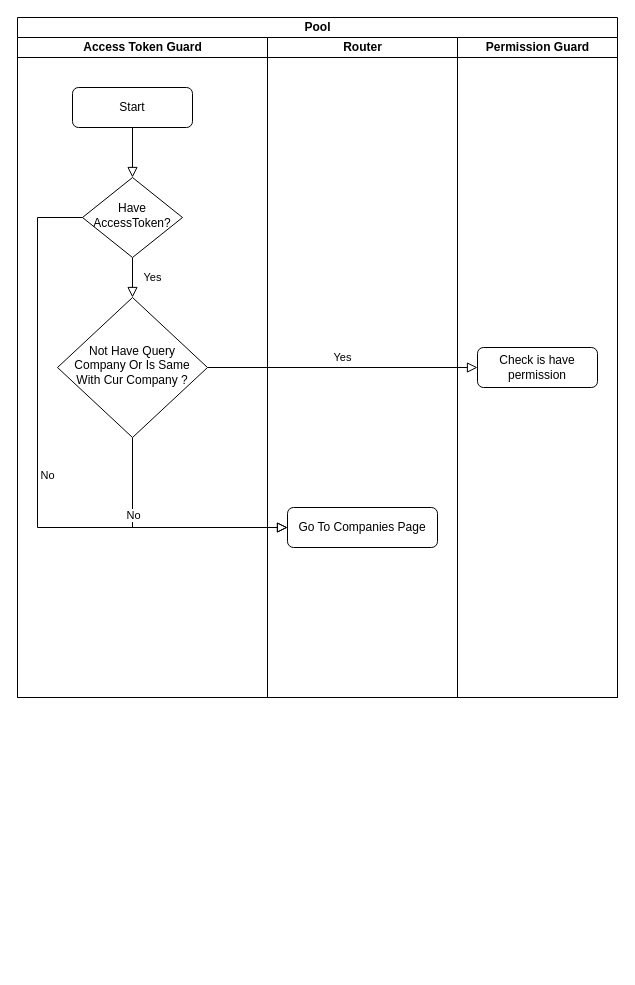
SmileSB1O1/draw-active keeps this draw.io diagram as Portal-Auto-Redirect-Flow.drawio. Above is the earlier version. Source tidied: cells renumbered, new cells numbered last; positions are measured from the earlier drawing's top-left corner, leaving out a move shared by most shapes. Both pictures are drawn from the tidied source at 100%, with x=0, y=0 at pixel (17, 17).
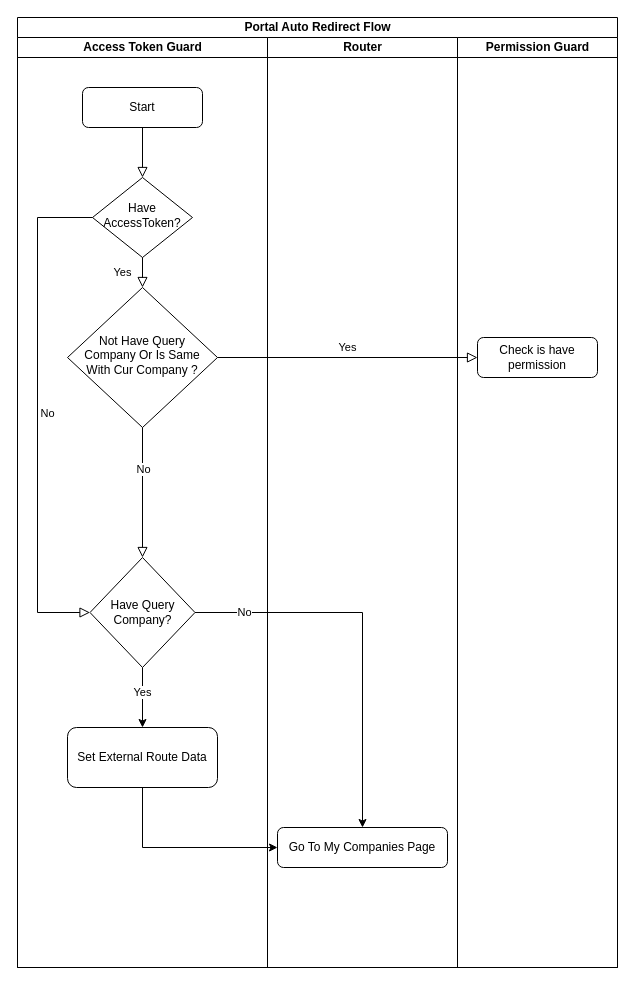
Above is the later version.

Diff of the diagram source:
```diff
@@
-    <mxCell id="2" value="Yes" style="rounded=0;html=1;jettySize=auto;fontSize=11;endArrow=block;endFill=0;endSize=8;strokeWidth=1;shadow=0;labelBackgroundColor=none;edgeStyle=orthogonalEdgeStyle;" parent="1" edge="1" source="9" target="6">
-      <mxGeometry y="20" relative="1" as="geometry" />
-    </mxCell>
-    <mxCell id="3" style="rounded=0;html=1;jettySize=auto;fontSize=11;endArrow=block;endFill=0;endSize=8;strokeWidth=1;shadow=0;labelBackgroundColor=none;edgeStyle=orthogonalEdgeStyle;entryX=0;entryY=0.5;entryDx=0;entryDy=0;exitX=0.5;exitY=1;exitDx=0;exitDy=0;" parent="1" edge="1" source="6" target="13">
-      <mxGeometry x="0.33" y="20" relative="1" as="geometry" />
-    </mxCell>
-    <mxCell id="4" value="No" style="edgeLabel;html=1;align=center;verticalAlign=middle;" parent="3" vertex="1">
-      <mxGeometry x="-0.38" relative="1" as="geometry">
-        <mxPoint y="1" as="offset" />
-      </mxGeometry>
-    </mxCell>
-    <mxCell id="5" value="Yes" style="edgeStyle=orthogonalEdgeStyle;rounded=0;html=1;jettySize=auto;fontSize=11;endArrow=block;endFill=0;endSize=8;strokeWidth=1;shadow=0;labelBackgroundColor=none;" parent="1" edge="1" source="6" target="15">
-      <mxGeometry y="10" relative="1" as="geometry" />
-    </mxCell>
-    <mxCell id="6" value="Not Have Query Company Or Is Same With Cur Company ?" style="rhombus;whiteSpace=wrap;html=1;shadow=0;fontFamily=Helvetica;fontSize=12;align=center;strokeWidth=1;spacing=6;spacingTop=-4;" parent="1" vertex="1">
-      <mxGeometry x="40" y="280" width="150" height="140" as="geometry" />
-    </mxCell>
-    <mxCell id="7" value="Pool" style="swimlane;startSize=20;html=1;" parent="1" vertex="1">
-      <mxGeometry width="600" height="680" as="geometry" />
+    <mxCell id="7" value="Portal Auto Redirect Flow" style="swimlane;startSize=20;html=1;" parent="1" vertex="1">
+      <mxGeometry width="600" height="950" as="geometry" />
     </mxCell>
     <mxCell id="8" value="Access Token Guard" style="swimlane;startSize=20;html=1;" parent="7" vertex="1">
-      <mxGeometry y="20" width="250" height="660" as="geometry" />
+      <mxGeometry y="20" width="250" height="930" as="geometry" />
     </mxCell>
     <mxCell id="9" value="Have AccessToken?" style="rhombus;whiteSpace=wrap;html=1;shadow=0;fontFamily=Helvetica;fontSize=12;align=center;strokeWidth=1;spacing=6;spacingTop=-4;" parent="8" vertex="1">
-      <mxGeometry x="65" y="140" width="100" height="80" as="geometry" />
+      <mxGeometry x="75" y="140" width="100" height="80" as="geometry" />
     </mxCell>
     <mxCell id="10" value="Start" style="rounded=1;whiteSpace=wrap;html=1;fontSize=12;glass=0;strokeWidth=1;shadow=0;" parent="8" vertex="1">
-      <mxGeometry x="55" y="50" width="120" height="40" as="geometry" />
+      <mxGeometry x="65" y="50" width="120" height="40" as="geometry" />
     </mxCell>
@@
+    <mxCell id="17" style="edgeStyle=orthogonalEdgeStyle;rounded=0;jettySize=auto;html=1;exitX=0.5;exitY=1;exitDx=0;exitDy=0;entryX=0.5;entryY=0;entryDx=0;entryDy=0;" parent="8" edge="1" source="19" target="20">
+      <mxGeometry relative="1" as="geometry" />
+    </mxCell>
+    <mxCell id="18" value="Yes" style="edgeLabel;html=1;align=center;verticalAlign=middle;" parent="17" vertex="1">
+      <mxGeometry x="-0.22" y="-1" relative="1" as="geometry">
+        <mxPoint y="1" as="offset" />
+      </mxGeometry>
+    </mxCell>
+    <mxCell id="19" value="Have Query Company?" style="rhombus;whiteSpace=wrap;html=1;" parent="8" vertex="1">
+      <mxGeometry x="72.5" y="520" width="105" height="110" as="geometry" />
+    </mxCell>
+    <mxCell id="16" value="No" style="edgeStyle=orthogonalEdgeStyle;rounded=0;html=1;jettySize=auto;fontSize=11;endArrow=block;endFill=0;endSize=8;strokeWidth=1;shadow=0;labelBackgroundColor=none;exitX=0;exitY=0.5;exitDx=0;exitDy=0;entryX=0;entryY=0.5;entryDx=0;entryDy=0;" parent="8" edge="1" source="9" target="19">
+      <mxGeometry y="10" relative="1" as="geometry">
+        <Array as="points">
+          <mxPoint x="20" y="180" />
+          <mxPoint x="20" y="575" />
+        </Array>
+      </mxGeometry>
+    </mxCell>
+    <mxCell id="6" value="Not Have Query Company Or Is Same With Cur Company ?" style="rhombus;whiteSpace=wrap;html=1;shadow=0;fontFamily=Helvetica;fontSize=12;align=center;strokeWidth=1;spacing=6;spacingTop=-4;" parent="8" vertex="1">
+      <mxGeometry x="50" y="250" width="150" height="140" as="geometry" />
+    </mxCell>
+    <mxCell id="2" value="Yes" style="rounded=0;html=1;jettySize=auto;fontSize=11;endArrow=block;endFill=0;endSize=8;strokeWidth=1;shadow=0;labelBackgroundColor=none;edgeStyle=orthogonalEdgeStyle;" parent="8" edge="1" source="9" target="6">
+      <mxGeometry y="20" relative="1" as="geometry" />
+    </mxCell>
+    <mxCell id="3" style="rounded=0;html=1;jettySize=auto;fontSize=11;endArrow=block;endFill=0;endSize=8;strokeWidth=1;shadow=0;labelBackgroundColor=none;edgeStyle=orthogonalEdgeStyle;exitX=0.5;exitY=1;exitDx=0;exitDy=0;" parent="8" edge="1" source="6" target="19">
+      <mxGeometry x="0.33" y="20" relative="1" as="geometry" />
+    </mxCell>
+    <mxCell id="4" value="No" style="edgeLabel;html=1;align=center;verticalAlign=middle;" parent="3" vertex="1">
+      <mxGeometry x="-0.38" relative="1" as="geometry">
+        <mxPoint y="1" as="offset" />
+      </mxGeometry>
+    </mxCell>
+    <mxCell id="20" value="Set External Route Data" style="rounded=1;whiteSpace=wrap;html=1;" parent="8" vertex="1">
+      <mxGeometry x="50" y="690" width="150" height="60" as="geometry" />
+    </mxCell>
     <mxCell id="12" value="Router" style="swimlane;startSize=20;html=1;" parent="7" vertex="1">
-      <mxGeometry x="250" y="20" width="190" height="660" as="geometry" />
+      <mxGeometry x="250" y="20" width="190" height="930" as="geometry" />
     </mxCell>
-    <mxCell id="13" value="Go To Companies Page" style="rounded=1;whiteSpace=wrap;html=1;fontSize=12;glass=0;strokeWidth=1;shadow=0;" parent="12" vertex="1">
-      <mxGeometry x="20" y="470" width="150" height="40" as="geometry" />
+    <mxCell id="13" value="Go To My Companies Page" style="rounded=1;whiteSpace=wrap;html=1;fontSize=12;glass=0;strokeWidth=1;shadow=0;" parent="12" vertex="1">
+      <mxGeometry x="10" y="790" width="170" height="40" as="geometry" />
     </mxCell>
     <mxCell id="14" value="Permission Guard" style="swimlane;startSize=20;html=1;" parent="7" vertex="1">
-      <mxGeometry x="440" y="20" width="160" height="660" as="geometry" />
+      <mxGeometry x="440" y="20" width="160" height="930" as="geometry" />
     </mxCell>
     <mxCell id="15" value="Check is have permission" style="rounded=1;whiteSpace=wrap;html=1;fontSize=12;glass=0;strokeWidth=1;shadow=0;" parent="14" vertex="1">
-      <mxGeometry x="20" y="310" width="120" height="40" as="geometry" />
+      <mxGeometry x="20" y="300" width="120" height="40" as="geometry" />
     </mxCell>
-    <mxCell id="16" value="No" style="edgeStyle=orthogonalEdgeStyle;rounded=0;html=1;jettySize=auto;fontSize=11;endArrow=block;endFill=0;endSize=8;strokeWidth=1;shadow=0;labelBackgroundColor=none;exitX=0;exitY=0.5;exitDx=0;exitDy=0;entryX=0;entryY=0.5;entryDx=0;entryDy=0;" parent="7" edge="1" source="9" target="13">
-      <mxGeometry y="10" relative="1" as="geometry">
-        <Array as="points">
-          <mxPoint x="20" y="200" />
-          <mxPoint x="20" y="510" />
-        </Array>
-      </mxGeometry>
-    </mxCell>
+    <mxCell id="5" value="Yes" style="edgeStyle=orthogonalEdgeStyle;rounded=0;html=1;jettySize=auto;fontSize=11;endArrow=block;endFill=0;endSize=8;strokeWidth=1;shadow=0;labelBackgroundColor=none;" parent="7" edge="1" source="6" target="15">
+      <mxGeometry y="10" relative="1" as="geometry" />
+    </mxCell>
+    <mxCell id="21" style="edgeStyle=orthogonalEdgeStyle;rounded=0;jettySize=auto;html=1;entryX=0.5;entryY=0;entryDx=0;entryDy=0;" parent="7" edge="1" source="19" target="13">
+      <mxGeometry relative="1" as="geometry" />
+    </mxCell>
+    <mxCell id="22" value="No" style="edgeLabel;html=1;align=center;verticalAlign=middle;" parent="21" vertex="1">
+      <mxGeometry x="-0.75" y="2" relative="1" as="geometry">
+        <mxPoint x="1" y="1" as="offset" />
+      </mxGeometry>
+    </mxCell>
+    <mxCell id="23" style="edgeStyle=orthogonalEdgeStyle;rounded=0;jettySize=auto;html=1;exitX=0.5;exitY=1;exitDx=0;exitDy=0;entryX=0;entryY=0.5;entryDx=0;entryDy=0;" parent="7" edge="1" source="20" target="13">
+      <mxGeometry relative="1" as="geometry" />
+    </mxCell>
```
